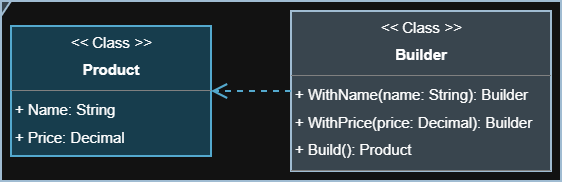
Above: docs/creationals/images/Builder.png in brendo-pereira-viegas/design-patterns (draw.io), before the change. Source tidied: cells renumbered, new cells last; positions are measured from the earlier drawing's top-left corner, leaving out a move shared by most shapes.
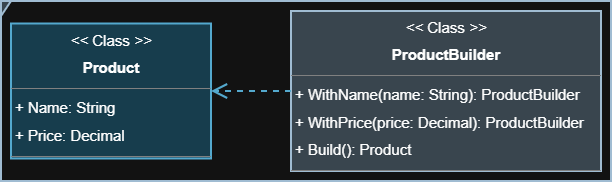
The same file after the commit.

Commit message:
docs: update Builder pattern files

What changed in the source:
```diff
@@ -3,16 +3,16 @@
     <mxCell id="0" />
     <mxCell id="1" parent="0" />
     <mxCell id="2" value="&lt;div style=&quot;line-height: 210%;&quot;&gt;&lt;p style=&quot;margin:0px;margin-top:4px;text-align:center;&quot;&gt;&lt;font style=&quot;font-size: 15px;&quot;&gt;&lt;i style=&quot;&quot;&gt;&amp;lt;&amp;lt;&amp;nbsp;&lt;/i&gt;Class&amp;nbsp;&lt;i style=&quot;&quot;&gt;&amp;gt;&amp;gt;&lt;/i&gt;&lt;br&gt;&lt;b&gt;Product&lt;/b&gt;&lt;/font&gt;&lt;/p&gt;&lt;hr size=&quot;1&quot; style=&quot;border-style:solid;&quot;&gt;&lt;p style=&quot;margin:0px;margin-left:4px;&quot;&gt;&lt;font style=&quot;font-size: 15px;&quot;&gt;+ Name: String&lt;/font&gt;&lt;/p&gt;&lt;p style=&quot;margin:0px;margin-left:4px;&quot;&gt;&lt;font style=&quot;font-size: 15px;&quot;&gt;+ Price: Decimal&lt;br&gt;&lt;/font&gt;&lt;/p&gt;&lt;hr size=&quot;1&quot; style=&quot;border-style:solid;&quot;&gt;&lt;p style=&quot;margin:0px;margin-left:4px;&quot;&gt;&lt;br&gt;&lt;/p&gt;&lt;/div&gt;" style="verticalAlign=top;align=left;overflow=fill;html=1;whiteSpace=wrap;strokeWidth=2;fillColor=#b1ddf0;strokeColor=#10739e;" parent="1" vertex="1">
-      <mxGeometry x="10" y="25" width="200" height="130" as="geometry" />
+      <mxGeometry x="10" y="25" width="200" height="135" as="geometry" />
     </mxCell>
-    <mxCell id="3" value="&lt;div style=&quot;line-height: 210%;&quot;&gt;&lt;p style=&quot;margin:0px;margin-top:4px;text-align:center;&quot;&gt;&lt;font style=&quot;font-size: 15px;&quot;&gt;&lt;i style=&quot;&quot;&gt;&amp;lt;&amp;lt;&amp;nbsp;&lt;/i&gt;Class&amp;nbsp;&lt;i style=&quot;&quot;&gt;&amp;gt;&amp;gt;&lt;/i&gt;&lt;br&gt;&lt;b style=&quot;&quot;&gt;Builder&lt;/b&gt;&lt;/font&gt;&lt;/p&gt;&lt;hr size=&quot;1&quot; style=&quot;border-style:solid;&quot;&gt;&lt;p style=&quot;margin: 0px 0px 0px 4px;&quot;&gt;&lt;font style=&quot;font-size: 15px;&quot;&gt;+ WithName(name: String): Builder&lt;/font&gt;&lt;/p&gt;&lt;p style=&quot;margin: 0px 0px 0px 4px;&quot;&gt;&lt;font style=&quot;font-size: 15px;&quot;&gt;+ WithPrice(price: Decimal): Builder&lt;/font&gt;&lt;/p&gt;&lt;p style=&quot;margin: 0px 0px 0px 4px;&quot;&gt;&lt;font style=&quot;font-size: 15px;&quot;&gt;+ Build(): Product&lt;/font&gt;&lt;/p&gt;&lt;hr size=&quot;1&quot; style=&quot;border-style:solid;&quot;&gt;&lt;p style=&quot;margin:0px;margin-left:4px;&quot;&gt;&lt;br&gt;&lt;/p&gt;&lt;/div&gt;" style="verticalAlign=top;align=left;overflow=fill;html=1;whiteSpace=wrap;strokeWidth=2;fillColor=#bac8d3;strokeColor=#23445d;" parent="1" vertex="1">
-      <mxGeometry x="290" y="10" width="260" height="160" as="geometry" />
-    </mxCell>
-    <mxCell id="4" style="endArrow=open;endSize=12;dashed=1;html=1;rounded=0;entryX=1;entryY=0.5;entryDx=0;entryDy=0;exitX=0;exitY=0.5;exitDx=0;exitDy=0;strokeWidth=2;fillColor=#b1ddf0;strokeColor=#10739e;" parent="1" edge="1" source="3" target="2">
-      <mxGeometry relative="1" as="geometry" />
-    </mxCell>
-    <mxCell id="5" style="shape=umlFrame;whiteSpace=wrap;html=1;width=10;height=15;fillColor=#bac8d3;strokeColor=#23445d;strokeWidth=2;" parent="1" vertex="1">
-      <mxGeometry width="560" height="180" as="geometry" />
-    </mxCell>
+    <mxCell id="6" value="&lt;div style=&quot;line-height: 210%;&quot;&gt;&lt;p style=&quot;margin:0px;margin-top:4px;text-align:center;&quot;&gt;&lt;font style=&quot;font-size: 15px;&quot;&gt;&lt;i style=&quot;&quot;&gt;&amp;lt;&amp;lt;&amp;nbsp;&lt;/i&gt;Class&amp;nbsp;&lt;i style=&quot;&quot;&gt;&amp;gt;&amp;gt;&lt;/i&gt;&lt;br&gt;&lt;b style=&quot;&quot;&gt;ProductBuilder&lt;/b&gt;&lt;/font&gt;&lt;/p&gt;&lt;hr size=&quot;1&quot; style=&quot;border-style:solid;&quot;&gt;&lt;p style=&quot;margin: 0px 0px 0px 4px;&quot;&gt;&lt;font style=&quot;font-size: 15px;&quot;&gt;+ WithName(name: String): ProductBuilder&lt;/font&gt;&lt;/p&gt;&lt;p style=&quot;margin: 0px 0px 0px 4px;&quot;&gt;&lt;font style=&quot;font-size: 15px;&quot;&gt;+ WithPrice(price: Decimal):&amp;nbsp;&lt;/font&gt;&lt;span style=&quot;font-size: 15px; background-color: transparent; color: light-dark(rgb(0, 0, 0), rgb(255, 255, 255));&quot;&gt;ProductBuilder&lt;/span&gt;&lt;/p&gt;&lt;p style=&quot;margin: 0px 0px 0px 4px;&quot;&gt;&lt;font style=&quot;font-size: 15px;&quot;&gt;+ Build(): Product&lt;/font&gt;&lt;/p&gt;&lt;hr size=&quot;1&quot; style=&quot;border-style:solid;&quot;&gt;&lt;p style=&quot;margin:0px;margin-left:4px;&quot;&gt;&lt;br&gt;&lt;/p&gt;&lt;/div&gt;" style="verticalAlign=top;align=left;overflow=fill;html=1;whiteSpace=wrap;strokeWidth=2;fillColor=#bac8d3;strokeColor=#23445d;" parent="1" vertex="1">
+      <mxGeometry x="290" y="12.5" width="310" height="160" as="geometry" />
+    </mxCell>
+    <mxCell id="7" style="endArrow=open;endSize=12;dashed=1;html=1;rounded=0;entryX=1;entryY=0.5;entryDx=0;entryDy=0;exitX=0;exitY=0.5;exitDx=0;exitDy=0;strokeWidth=2;fillColor=#b1ddf0;strokeColor=#10739e;" parent="1" edge="1" source="6" target="2">
+      <mxGeometry relative="1" as="geometry" />
+    </mxCell>
+    <mxCell id="8" style="shape=umlFrame;whiteSpace=wrap;html=1;width=10;height=15;fillColor=#bac8d3;strokeColor=#23445d;strokeWidth=2;" parent="1" vertex="1">
+      <mxGeometry y="2.5" width="610" height="180" as="geometry" />
+    </mxCell>
   </root>
 </mxGraphModel>
```
